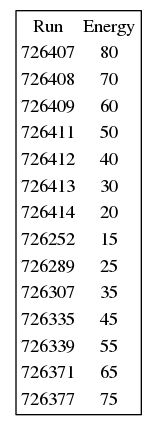
Before: zim/Notes/Analyse_des_donnees_Decembre_2014/diagram.png, a diagram exported from Graphviz (mirabitl/MesNotes). Its source is kept beside it as zim/Notes/Analyse_des_donnees_Decembre_2014/diagram.dot.
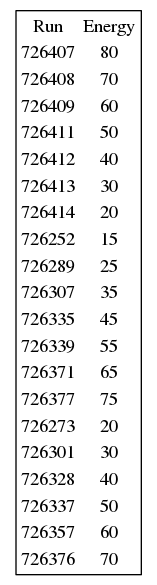
Later version of the same file.

Change to the diagram source:
```diff
@@ -18,6 +18,12 @@
 <tr><td>726339</td><td>55</td></tr>
 <tr><td>726371</td><td>65</td></tr>
 <tr><td>726377</td><td>75</td></tr>
+<tr><td>726273</td><td>20</td></tr>
+<tr><td>726301</td><td>30</td></tr>
+<tr><td>726328</td><td>40</td></tr>
+<tr><td>726337</td><td>50</td></tr>
+<tr><td>726357</td><td>60</td></tr>
+<tr><td>726376</td><td>70</td></tr>
 </TABLE>
 >];
 }
```
